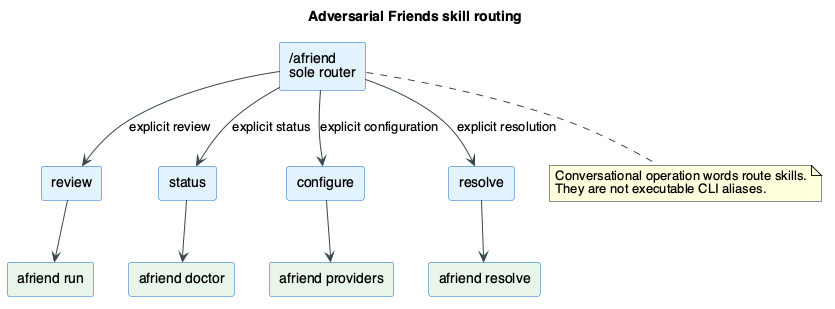
This is docs/architecture/skill-routing.png from livingstaccato/adversarial-friends, a PlantUML export, as it was before one commit. Source of this version:
```plantuml
@startuml skill-routing
skinparam backgroundColor #FFFFFF
skinparam shadowing false
skinparam defaultFontName Helvetica
skinparam ArrowColor #37474F
skinparam rectangle {
  BorderColor #1565C0
  BackgroundColor #E3F2FD
}
title Adversarial Friends skill routing

rectangle "/afriend\nsole router" as router
rectangle "review" as review
rectangle "status" as status
rectangle "configure" as configure
rectangle "resolve" as resolve
rectangle "afriend run" as run #E8F5E9
rectangle "afriend doctor" as doctor #E8F5E9
rectangle "afriend providers" as providers #E8F5E9
rectangle "afriend resolve" as resolution #E8F5E9

router --> review : explicit review
router --> status : explicit status
router --> configure : explicit configuration
router --> resolve : explicit resolution
review --> run
status --> doctor
configure --> providers
resolve --> resolution
note bottom of router
  Conversational operation words route skills.
  They are not executable CLI aliases.
end note
@enduml
```
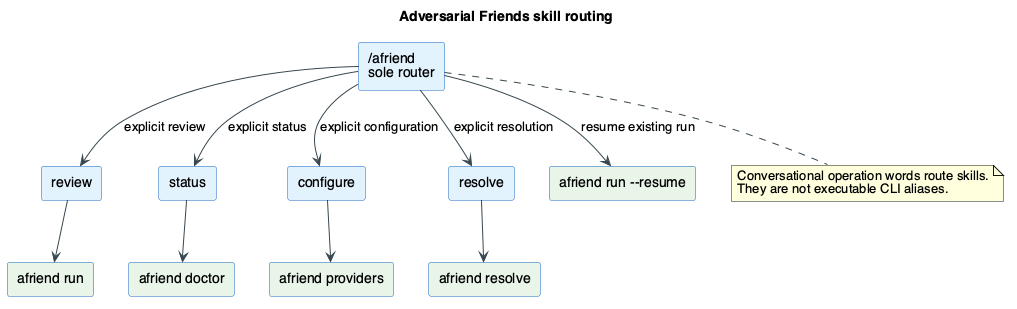
Later version of the same file.

The edit, as a diff of the source:
```diff
@@ -18,11 +18,13 @@
 rectangle "afriend doctor" as doctor #E8F5E9
 rectangle "afriend providers" as providers #E8F5E9
 rectangle "afriend resolve" as resolution #E8F5E9
+rectangle "afriend run --resume" as resume #E8F5E9
 
 router --> review : explicit review
 router --> status : explicit status
 router --> configure : explicit configuration
 router --> resolve : explicit resolution
+router --> resume : resume existing run
 review --> run
 status --> doctor
 configure --> providers
```
